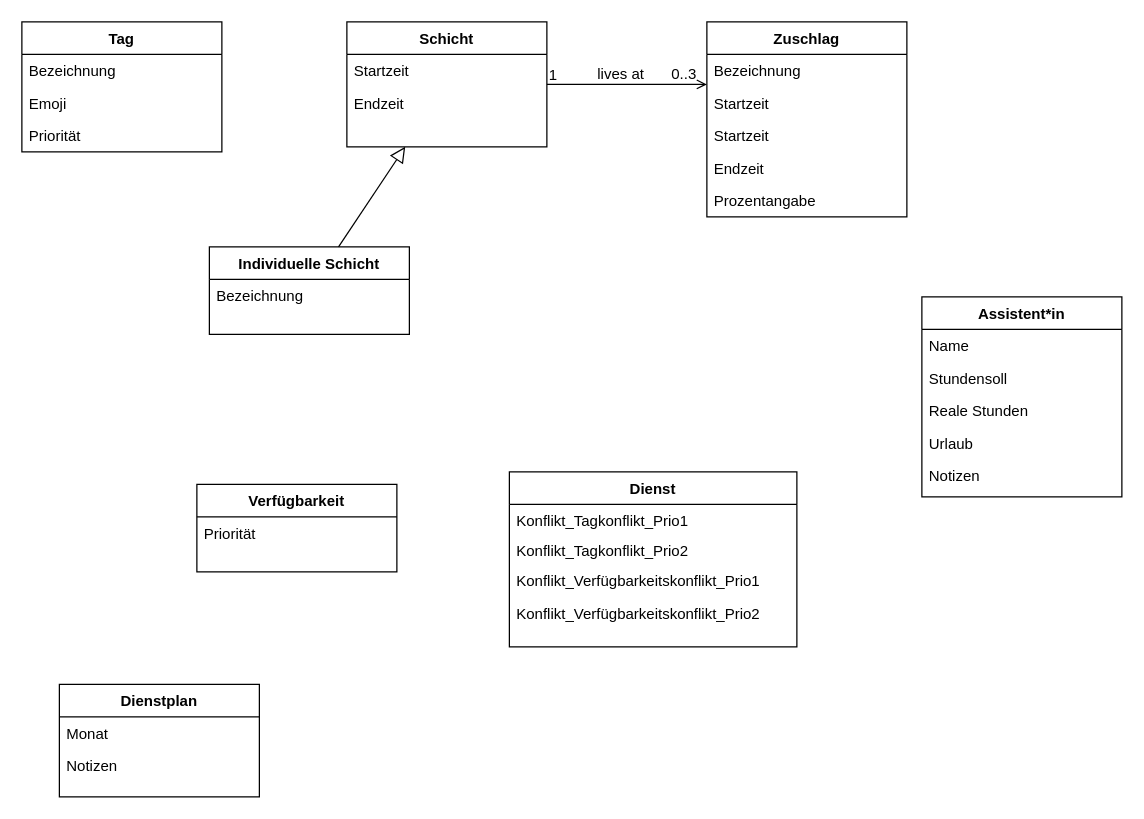
Above: 4_Entwurf/4_UML/Unbenanntes Diagramm.drawio in annikalenneper/praxisprojekt_mi_bachelor_SoSe24 (draw.io), before the change. Source tidied: cells renumbered, new cells numbered last; positions are measured from the earlier drawing's top-left corner, leaving out a move shared by most shapes. Both pictures are drawn from the tidied source at 125%, with x=0, y=0 at pixel (21, 21).
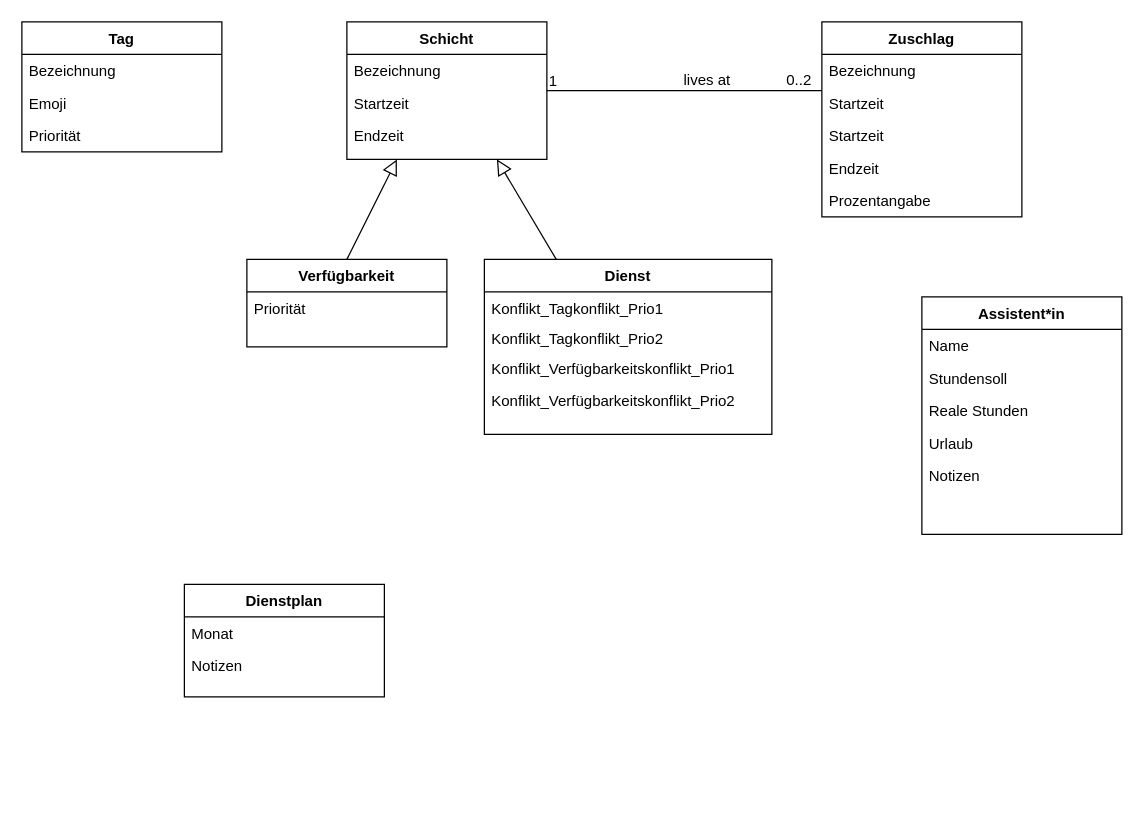
Above is the later version.

Commit message:
changed in domain class diagram, removed "individual shift"

Diff of the diagram source:
```diff
@@
     <mxCell id="2" value="Schicht" style="swimlane;fontStyle=1;align=center;verticalAlign=top;horizontal=1;startSize=26;rounded=0;shadow=0;strokeWidth=1;" parent="1" vertex="1">
-      <mxGeometry x="260" width="160" height="100" as="geometry" />
+      <mxGeometry x="260" width="160" height="110" as="geometry" />
     </mxCell>
-    <mxCell id="3" value="Startzeit" style="text;align=left;verticalAlign=top;spacingLeft=4;spacingRight=4;overflow=hidden;rounded=0;shadow=0;html=0;" parent="2" vertex="1">
+    <mxCell id="3" value="Bezeichnung" style="text;align=left;verticalAlign=top;spacingLeft=4;spacingRight=4;overflow=hidden;rounded=0;shadow=0;html=0;" parent="2" vertex="1">
       <mxGeometry y="26" width="160" height="26" as="geometry" />
     </mxCell>
-    <mxCell id="4" value="Endzeit" style="text;align=left;verticalAlign=top;spacingLeft=4;spacingRight=4;overflow=hidden;rounded=0;shadow=0;html=0;" parent="2" vertex="1">
+    <mxCell id="4" value="Startzeit" style="text;align=left;verticalAlign=top;spacingLeft=4;spacingRight=4;overflow=hidden;rounded=0;shadow=0;html=0;" parent="2" vertex="1">
       <mxGeometry y="52" width="160" height="26" as="geometry" />
     </mxCell>
+    <mxCell id="38" value="Endzeit" style="text;align=left;verticalAlign=top;spacingLeft=4;spacingRight=4;overflow=hidden;rounded=0;shadow=0;html=0;" parent="2" vertex="1">
+      <mxGeometry y="78" width="160" height="26" as="geometry" />
+    </mxCell>
     <mxCell id="5" value="Verfügbarkeit" style="swimlane;fontStyle=1;align=center;verticalAlign=top;horizontal=1;startSize=26;rounded=0;shadow=0;strokeWidth=1;" parent="1" vertex="1">
-      <mxGeometry x="140" y="370" width="160" height="70" as="geometry" />
+      <mxGeometry x="180" y="190" width="160" height="70" as="geometry" />
     </mxCell>
@@
-    <mxCell id="7" value="Individuelle Schicht" style="swimlane;fontStyle=1;align=center;verticalAlign=top;horizontal=1;startSize=26;rounded=0;shadow=0;strokeWidth=1;" parent="1" vertex="1">
-      <mxGeometry x="150" y="180" width="160" height="70" as="geometry" />
-    </mxCell>
-    <mxCell id="8" value="Bezeichnung" style="text;align=left;verticalAlign=top;spacingLeft=4;spacingRight=4;overflow=hidden;" parent="7" vertex="1">
-      <mxGeometry y="26" width="160" height="26" as="geometry" />
-    </mxCell>
-    <mxCell id="9" style="endArrow=block;endSize=10;endFill=0;shadow=0;strokeWidth=1;rounded=0;elbow=vertical;" parent="1" edge="1" source="7" target="2">
+    <mxCell id="9" style="endArrow=block;endSize=10;endFill=0;shadow=0;strokeWidth=1;rounded=0;elbow=vertical;exitX=0.5;exitY=0;exitDx=0;exitDy=0;entryX=0.25;entryY=1;entryDx=0;entryDy=0;" parent="1" edge="1" source="5" target="2">
       <mxGeometry relative="1" as="geometry" />
     </mxCell>
     <mxCell id="10" value="Zuschlag" style="swimlane;fontStyle=1;align=center;verticalAlign=top;horizontal=1;startSize=26;rounded=0;shadow=0;strokeWidth=1;" parent="1" vertex="1">
-      <mxGeometry x="548" width="160" height="156" as="geometry" />
+      <mxGeometry x="640" width="160" height="156" as="geometry" />
     </mxCell>
@@
-    <mxCell id="16" style="endArrow=open;shadow=0;strokeWidth=1;rounded=0;curved=0;endFill=1;edgeStyle=elbowEdgeStyle;elbow=vertical;" parent="1" edge="1" source="2" target="10">
+    <mxCell id="16" style="endArrow=none;shadow=0;strokeWidth=1;rounded=0;curved=0;endFill=0;edgeStyle=elbowEdgeStyle;elbow=vertical;" parent="1" edge="1" source="2" target="10">
       <mxGeometry x="0.5" y="41" relative="1" as="geometry">
         <mxPoint x="-40" y="32" as="offset" />
       </mxGeometry>
     </mxCell>
@@
-    <mxCell id="18" value="0..3" style="align=right;verticalAlign=bottom;labelBackgroundColor=none;fontSize=12;" parent="16" vertex="1">
+    <mxCell id="18" value="0..2" style="align=right;verticalAlign=bottom;labelBackgroundColor=none;fontSize=12;" parent="16" vertex="1">
       <mxGeometry x="1" relative="1" as="geometry">
         <mxPoint x="-7" as="offset" />
       </mxGeometry>
     </mxCell>
@@
     <mxCell id="24" value="Assistent*in" style="swimlane;fontStyle=1;align=center;verticalAlign=top;horizontal=1;startSize=26;rounded=0;shadow=0;strokeWidth=1;" parent="1" vertex="1">
-      <mxGeometry x="720" y="220" width="160" height="160" as="geometry" />
+      <mxGeometry x="720" y="220" width="160" height="190" as="geometry" />
     </mxCell>
@@
     <mxCell id="30" value="Dienst" style="swimlane;fontStyle=1;align=center;verticalAlign=top;horizontal=1;startSize=26;rounded=0;shadow=0;strokeWidth=1;" parent="1" vertex="1">
-      <mxGeometry x="390" y="360" width="230" height="140" as="geometry" />
+      <mxGeometry x="370" y="190" width="230" height="140" as="geometry" />
     </mxCell>
@@
     <mxCell id="35" value="Dienstplan" style="swimlane;fontStyle=1;align=center;verticalAlign=top;horizontal=1;startSize=26;rounded=0;shadow=0;strokeWidth=1;" parent="1" vertex="1">
-      <mxGeometry x="30" y="530" width="160" height="90" as="geometry" />
+      <mxGeometry x="130" y="450" width="160" height="90" as="geometry" />
     </mxCell>
@@
+    <mxCell id="39" style="endArrow=block;endSize=10;endFill=0;shadow=0;strokeWidth=1;rounded=0;elbow=vertical;exitX=0.25;exitY=0;exitDx=0;exitDy=0;entryX=0.75;entryY=1;entryDx=0;entryDy=0;" parent="1" edge="1" source="30" target="2">
+      <mxGeometry relative="1" as="geometry" />
+    </mxCell>
```
